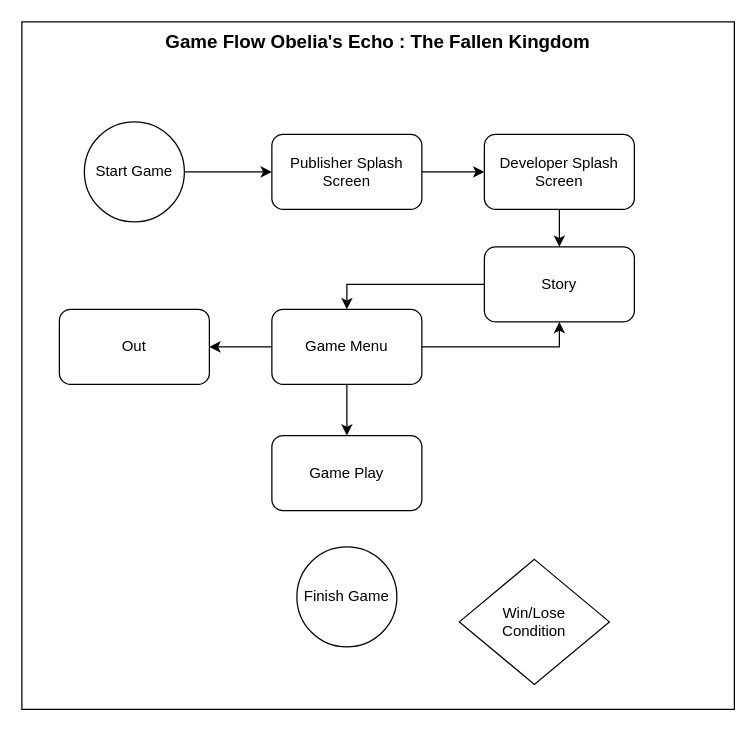
Earlier version of the draw.io diagram gameFlow.drawio (ZulpaAgustin/obelia-games). Source tidied: cells renumbered, new cells numbered last; positions are measured from the earlier drawing's top-left corner, leaving out a move shared by most shapes. Both pictures are drawn from the tidied source at 125%, with x=0, y=0 at pixel (21, 21).
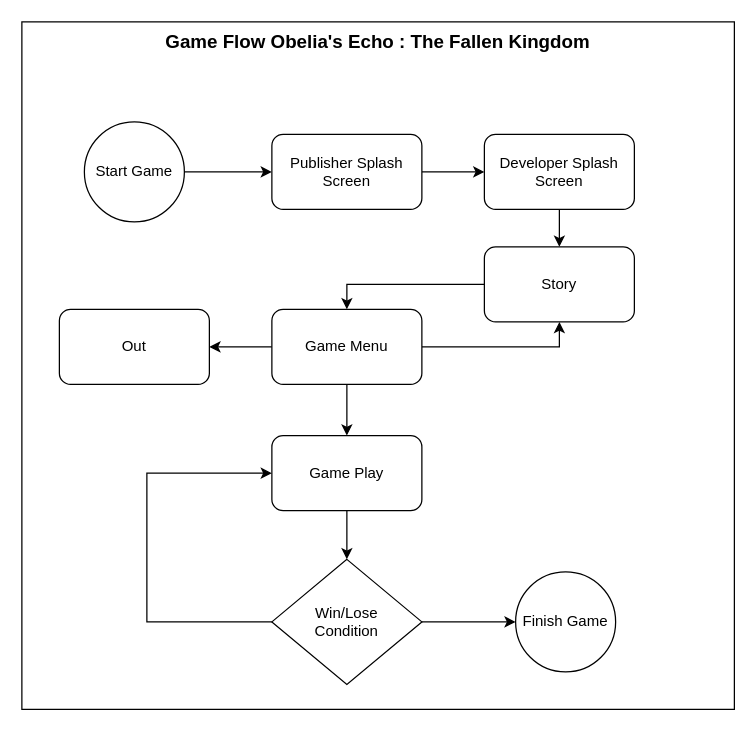
After the change.

Unchanged cells that the change refers to:
```xml
<mxCell id="15" value="Game Play" style="rounded=1;whiteSpace=wrap;html=1;" parent="1" vertex="1">
  <mxGeometry x="200" y="331" width="120" height="60" as="geometry" />
</mxCell>
```

The edit, as a diff of the source:
```diff
@@
+    <mxCell id="19" style="edgeStyle=orthogonalEdgeStyle;rounded=0;jettySize=auto;html=1;" parent="1" edge="1" source="15" target="18">
+      <mxGeometry relative="1" as="geometry" />
+    </mxCell>
@@
     <mxCell id="17" value="Finish Game" style="ellipse;whiteSpace=wrap;html=1;" parent="1" vertex="1">
-      <mxGeometry x="220" y="420" width="80" height="80" as="geometry" />
+      <mxGeometry x="395" y="440" width="80" height="80" as="geometry" />
     </mxCell>
+    <mxCell id="20" style="edgeStyle=orthogonalEdgeStyle;rounded=0;jettySize=auto;html=1;" parent="1" edge="1" source="18" target="17">
+      <mxGeometry relative="1" as="geometry" />
+    </mxCell>
     <mxCell id="18" value="Win/Lose&lt;div&gt;Condition&lt;/div&gt;" style="rhombus;whiteSpace=wrap;html=1;" parent="1" vertex="1">
-      <mxGeometry x="350" y="430" width="120" height="100" as="geometry" />
+      <mxGeometry x="200" y="430" width="120" height="100" as="geometry" />
     </mxCell>
+    <mxCell id="21" style="endArrow=classic;html=1;rounded=0;" parent="1" edge="1" source="18" target="15">
+      <mxGeometry relative="1" as="geometry">
+        <Array as="points">
+          <mxPoint x="100" y="480" />
+          <mxPoint x="100" y="361" />
+        </Array>
+      </mxGeometry>
+    </mxCell>
```
